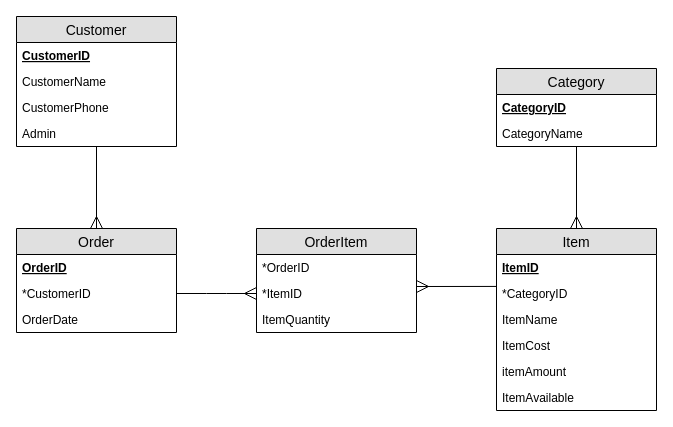
The draw.io diagram ERD.drawio in SamuelJordan101/ISAD251, before the edit. Source tidied: cells renumbered, new cells numbered last; positions are measured from the earlier drawing's top-left corner, leaving out a move shared by most shapes. Both pictures are drawn from the tidied source at 100%, with x=0, y=0 at pixel (16, 16).
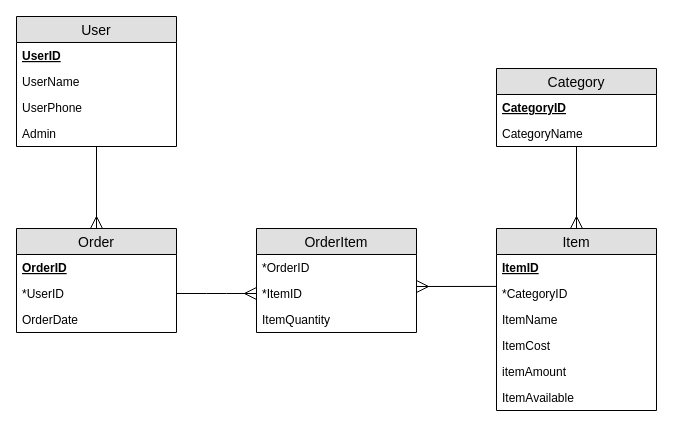
The same page after the edit.

Unchanged cells that the change refers to:
```xml
<mxCell id="10" value="Order" style="swimlane;fontStyle=0;horizontal=1;startSize=26;fillColor=#e0e0e0;swimlaneFillColor=#ffffff;align=center;fontSize=14;" parent="1" vertex="1">
  <mxGeometry y="212" width="160" height="104" as="geometry" />
</mxCell>
```

The edit, as a diff of the source:
```diff
@@
-    <mxCell id="2" value="Customer" style="swimlane;fontStyle=0;horizontal=1;startSize=26;fillColor=#e0e0e0;swimlaneFillColor=#ffffff;align=center;fontSize=14;" parent="1" vertex="1">
+    <mxCell id="2" value="User" style="swimlane;fontStyle=0;horizontal=1;startSize=26;fillColor=#e0e0e0;swimlaneFillColor=#ffffff;align=center;fontSize=14;" parent="1" vertex="1">
       <mxGeometry width="160" height="130" as="geometry" />
     </mxCell>
-    <mxCell id="3" value="CustomerID" style="text;strokeColor=none;fillColor=none;spacingLeft=4;spacingRight=4;overflow=hidden;fontSize=12;fontStyle=5;" parent="2" vertex="1">
+    <mxCell id="3" value="UserID" style="text;strokeColor=none;fillColor=none;spacingLeft=4;spacingRight=4;overflow=hidden;fontSize=12;fontStyle=5;" parent="2" vertex="1">
       <mxGeometry y="26" width="160" height="26" as="geometry" />
     </mxCell>
-    <mxCell id="4" value="CustomerName" style="text;strokeColor=none;fillColor=none;spacingLeft=4;spacingRight=4;overflow=hidden;fontSize=12;" parent="2" vertex="1">
+    <mxCell id="4" value="UserName" style="text;strokeColor=none;fillColor=none;spacingLeft=4;spacingRight=4;overflow=hidden;fontSize=12;" parent="2" vertex="1">
       <mxGeometry y="52" width="160" height="26" as="geometry" />
     </mxCell>
-    <mxCell id="5" value="CustomerPhone" style="text;strokeColor=none;fillColor=none;spacingLeft=4;spacingRight=4;overflow=hidden;fontSize=12;" parent="2" vertex="1">
+    <mxCell id="5" value="UserPhone" style="text;strokeColor=none;fillColor=none;spacingLeft=4;spacingRight=4;overflow=hidden;fontSize=12;" parent="2" vertex="1">
       <mxGeometry y="78" width="160" height="26" as="geometry" />
     </mxCell>
@@
-    <mxCell id="12" value="*CustomerID" style="text;strokeColor=none;fillColor=none;spacingLeft=4;spacingRight=4;overflow=hidden;points=[[0,0.5],[1,0.5]];portConstraint=eastwest;fontSize=12;fontStyle=0;" parent="10" vertex="1">
+    <mxCell id="12" value="*UserID" style="text;strokeColor=none;fillColor=none;spacingLeft=4;spacingRight=4;overflow=hidden;points=[[0,0.5],[1,0.5]];portConstraint=eastwest;fontSize=12;fontStyle=0;" parent="10" vertex="1">
       <mxGeometry y="52" width="160" height="26" as="geometry" />
     </mxCell>
```
